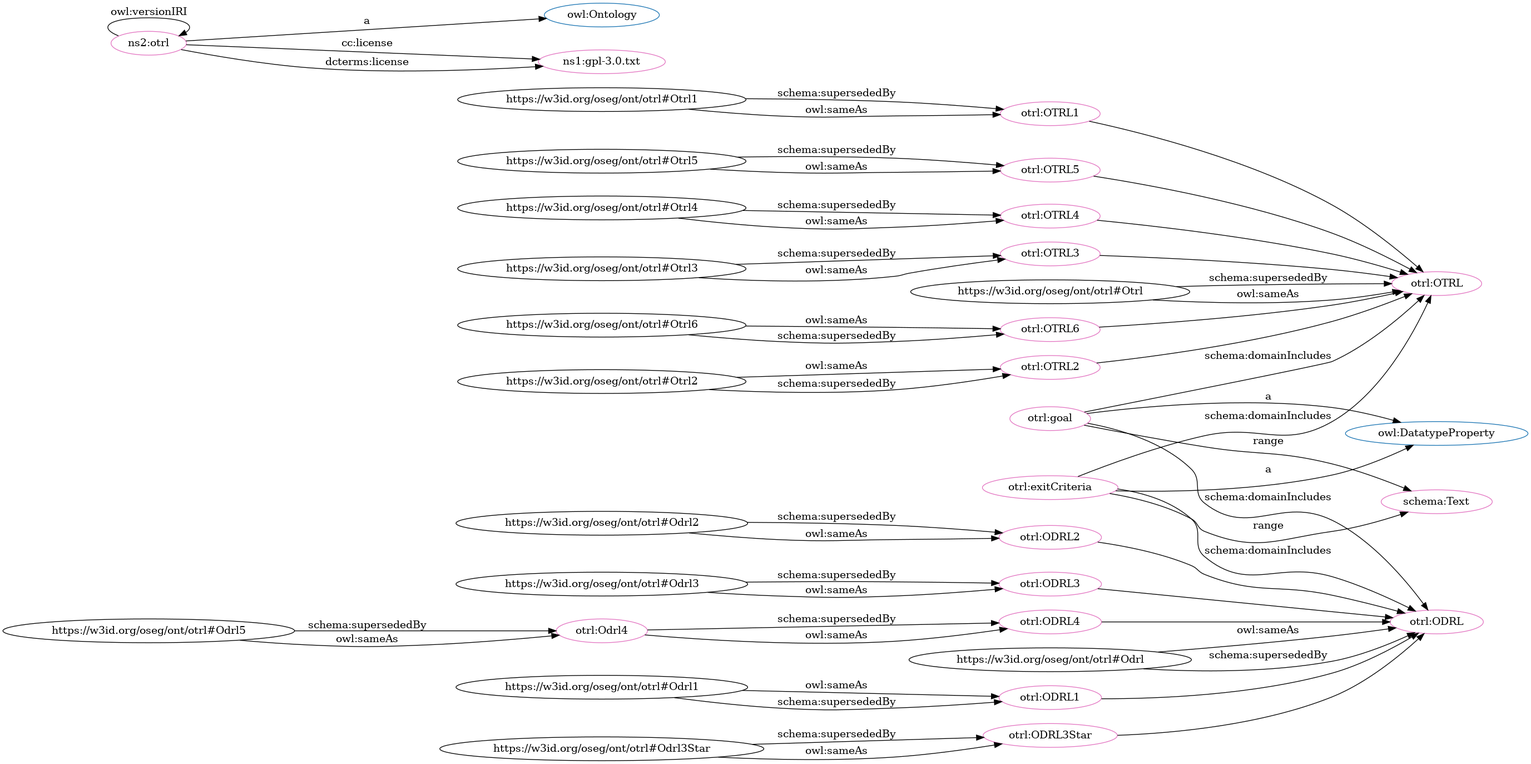
Earlier version of the Graphviz export dot_OTRL.png (OPEN-NEXT/OKH-LOSH). Its source is kept beside it as dot_OTRL.dot.
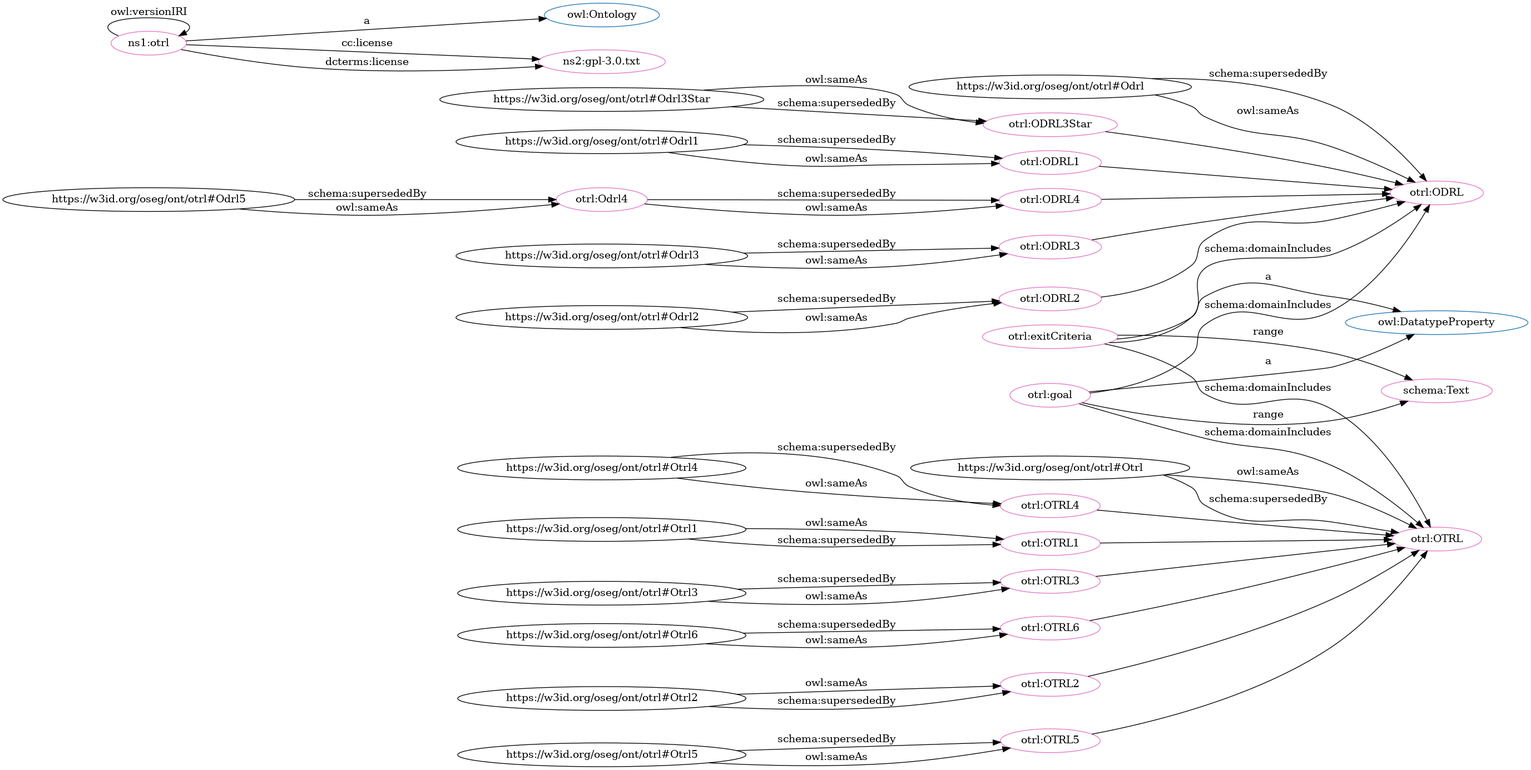
Above is the later version.

The edit, as a diff of the source:
```diff
@@ -1,89 +1,89 @@
 digraph G {
   rankdir=BT
   node[height=.3]
+"https://w3id.org/oseg/ont/otrl#ODRL3Star" [fillcolor="#1f77b4" color="#1f77b4" label="otrl:ODRL3Star"]
+"https://w3id.org/oseg/ont/otrl#ODRL1" [fillcolor="#1f77b4" color="#1f77b4" label="otrl:ODRL1"]
+"https://w3id.org/oseg/ont/otrl#OTRL2" [fillcolor="#1f77b4" color="#1f77b4" label="otrl:OTRL2"]
+"http://www.w3.org/2002/07/owl#Ontology" [fillcolor="#1f77b4" color="#1f77b4" label="owl:Ontology"]
 "https://w3id.org/oseg/ont/otrl#OTRL4" [fillcolor="#1f77b4" color="#1f77b4" label="otrl:OTRL4"]
+"https://w3id.org/oseg/ont/otrl#ODRL4" [fillcolor="#1f77b4" color="#1f77b4" label="otrl:ODRL4"]
+"https://w3id.org/oseg/ont/otrl#OTRL1" [fillcolor="#1f77b4" color="#1f77b4" label="otrl:OTRL1"]
+"https://w3id.org/oseg/ont/otrl#OTRL3" [fillcolor="#1f77b4" color="#1f77b4" label="otrl:OTRL3"]
+"https://w3id.org/oseg/ont/otrl#ODRL3" [fillcolor="#1f77b4" color="#1f77b4" label="otrl:ODRL3"]
+"https://w3id.org/oseg/ont/otrl#OTRL6" [fillcolor="#1f77b4" color="#1f77b4" label="otrl:OTRL6"]
 "https://w3id.org/oseg/ont/otrl#ODRL2" [fillcolor="#1f77b4" color="#1f77b4" label="otrl:ODRL2"]
+"https://w3id.org/oseg/ont/otrl#OTRL5" [fillcolor="#1f77b4" color="#1f77b4" label="otrl:OTRL5"]
+"https://w3id.org/oseg/ont/otrl#ODRL" [fillcolor="#1f77b4" color="#1f77b4" label="otrl:ODRL"]
 "https://w3id.org/oseg/ont/otrl#OTRL" [fillcolor="#1f77b4" color="#1f77b4" label="otrl:OTRL"]
-"https://w3id.org/oseg/ont/otrl#ODRL3" [fillcolor="#1f77b4" color="#1f77b4" label="otrl:ODRL3"]
 "http://www.w3.org/2002/07/owl#DatatypeProperty" [fillcolor="#1f77b4" color="#1f77b4" label="owl:DatatypeProperty"]
-"https://w3id.org/oseg/ont/otrl#OTRL3" [fillcolor="#1f77b4" color="#1f77b4" label="otrl:OTRL3"]
-"https://w3id.org/oseg/ont/otrl#ODRL4" [fillcolor="#1f77b4" color="#1f77b4" label="otrl:ODRL4"]
-"https://w3id.org/oseg/ont/otrl#OTRL6" [fillcolor="#1f77b4" color="#1f77b4" label="otrl:OTRL6"]
-"https://w3id.org/oseg/ont/otrl#OTRL2" [fillcolor="#1f77b4" color="#1f77b4" label="otrl:OTRL2"]
-"https://w3id.org/oseg/ont/otrl#ODRL" [fillcolor="#1f77b4" color="#1f77b4" label="otrl:ODRL"]
-"https://w3id.org/oseg/ont/otrl#ODRL1" [fillcolor="#1f77b4" color="#1f77b4" label="otrl:ODRL1"]
-"http://www.w3.org/2002/07/owl#Ontology" [fillcolor="#1f77b4" color="#1f77b4" label="owl:Ontology"]
-"https://w3id.org/oseg/ont/otrl#OTRL1" [fillcolor="#1f77b4" color="#1f77b4" label="otrl:OTRL1"]
-"https://w3id.org/oseg/ont/otrl#ODRL3Star" [fillcolor="#1f77b4" color="#1f77b4" label="otrl:ODRL3Star"]
-"https://w3id.org/oseg/ont/otrl#OTRL5" [fillcolor="#1f77b4" color="#1f77b4" label="otrl:OTRL5"]
+"https://w3id.org/oseg/ont/otrl" [fillcolor="#e377c2" color="#e377c2" label="ns1:otrl"]
+"https://w3id.org/oseg/ont/otrl#ODRL2" [fillcolor="#e377c2" color="#e377c2" label="otrl:ODRL2"]
 "https://w3id.org/oseg/ont/otrl#OTRL" [fillcolor="#e377c2" color="#e377c2" label="otrl:OTRL"]
-"https://www.gnu.org/licenses/gpl-3.0.txt" [fillcolor="#e377c2" color="#e377c2" label="ns1:gpl-3.0.txt"]
 "https://w3id.org/oseg/ont/otrl#ODRL" [fillcolor="#e377c2" color="#e377c2" label="otrl:ODRL"]
+"https://w3id.org/oseg/ont/otrl#exitCriteria" [fillcolor="#e377c2" color="#e377c2" label="otrl:exitCriteria"]
+"https://w3id.org/oseg/ont/otrl#ODRL3" [fillcolor="#e377c2" color="#e377c2" label="otrl:ODRL3"]
+"http://schema.org/Text" [fillcolor="#e377c2" color="#e377c2" label="schema:Text"]
+"https://w3id.org/oseg/ont/otrl#OTRL5" [fillcolor="#e377c2" color="#e377c2" label="otrl:OTRL5"]
+"https://w3id.org/oseg/ont/otrl#OTRL1" [fillcolor="#e377c2" color="#e377c2" label="otrl:OTRL1"]
+"https://w3id.org/oseg/ont/otrl#OTRL3" [fillcolor="#e377c2" color="#e377c2" label="otrl:OTRL3"]
+"https://w3id.org/oseg/ont/otrl#OTRL4" [fillcolor="#e377c2" color="#e377c2" label="otrl:OTRL4"]
+"https://w3id.org/oseg/ont/otrl#OTRL6" [fillcolor="#e377c2" color="#e377c2" label="otrl:OTRL6"]
+"https://w3id.org/oseg/ont/otrl#goal" [fillcolor="#e377c2" color="#e377c2" label="otrl:goal"]
 "https://w3id.org/oseg/ont/otrl#ODRL1" [fillcolor="#e377c2" color="#e377c2" label="otrl:ODRL1"]
-"https://w3id.org/oseg/ont/otrl#OTRL1" [fillcolor="#e377c2" color="#e377c2" label="otrl:OTRL1"]
-"https://w3id.org/oseg/ont/otrl#ODRL2" [fillcolor="#e377c2" color="#e377c2" label="otrl:ODRL2"]
-"https://w3id.org/oseg/ont/otrl#OTRL4" [fillcolor="#e377c2" color="#e377c2" label="otrl:OTRL4"]
-"https://w3id.org/oseg/ont/otrl#goal" [fillcolor="#e377c2" color="#e377c2" label="otrl:goal"]
-"https://w3id.org/oseg/ont/otrl#OTRL3" [fillcolor="#e377c2" color="#e377c2" label="otrl:OTRL3"]
+"https://w3id.org/oseg/ont/otrl#OTRL2" [fillcolor="#e377c2" color="#e377c2" label="otrl:OTRL2"]
+"https://w3id.org/oseg/ont/otrl#ODRL4" [fillcolor="#e377c2" color="#e377c2" label="otrl:ODRL4"]
+"https://w3id.org/oseg/ont/otrl#ODRL3Star" [fillcolor="#e377c2" color="#e377c2" label="otrl:ODRL3Star"]
 "https://w3id.org/oseg/ont/otrl#Odrl4" [fillcolor="#e377c2" color="#e377c2" label="otrl:Odrl4"]
-"https://w3id.org/oseg/ont/otrl#OTRL2" [fillcolor="#e377c2" color="#e377c2" label="otrl:OTRL2"]
-"https://w3id.org/oseg/ont/otrl#ODRL3" [fillcolor="#e377c2" color="#e377c2" label="otrl:ODRL3"]
-"https://w3id.org/oseg/ont/otrl#ODRL3Star" [fillcolor="#e377c2" color="#e377c2" label="otrl:ODRL3Star"]
-"https://w3id.org/oseg/ont/otrl" [fillcolor="#e377c2" color="#e377c2" label="ns2:otrl"]
-"https://w3id.org/oseg/ont/otrl#ODRL4" [fillcolor="#e377c2" color="#e377c2" label="otrl:ODRL4"]
-"https://w3id.org/oseg/ont/otrl#OTRL6" [fillcolor="#e377c2" color="#e377c2" label="otrl:OTRL6"]
-"https://w3id.org/oseg/ont/otrl#OTRL5" [fillcolor="#e377c2" color="#e377c2" label="otrl:OTRL5"]
-"http://schema.org/Text" [fillcolor="#e377c2" color="#e377c2" label="schema:Text"]
-"https://w3id.org/oseg/ont/otrl#exitCriteria" [fillcolor="#e377c2" color="#e377c2" label="otrl:exitCriteria"]
+"https://www.gnu.org/licenses/gpl-3.0.txt" [fillcolor="#e377c2" color="#e377c2" label="ns2:gpl-3.0.txt"]
+  "https://w3id.org/oseg/ont/otrl" -> "http://www.w3.org/2002/07/owl#Ontology" [label="a"]
+  "https://w3id.org/oseg/ont/otrl#Odrl2" -> "https://w3id.org/oseg/ont/otrl#ODRL2" [label="schema:supersededBy"]
+  "https://w3id.org/oseg/ont/otrl#OTRL6" -> "https://w3id.org/oseg/ont/otrl#OTRL" [label=""]
+  "https://w3id.org/oseg/ont/otrl#Odrl" -> "https://w3id.org/oseg/ont/otrl#ODRL" [label="owl:sameAs"]
+  "https://w3id.org/oseg/ont/otrl#OTRL1" -> "https://w3id.org/oseg/ont/otrl#OTRL" [label=""]
   "https://w3id.org/oseg/ont/otrl#Otrl" -> "https://w3id.org/oseg/ont/otrl#OTRL" [label="schema:supersededBy"]
+  "https://w3id.org/oseg/ont/otrl#exitCriteria" -> "http://www.w3.org/2002/07/owl#DatatypeProperty" [label="a"]
+  "https://w3id.org/oseg/ont/otrl#OTRL5" -> "https://w3id.org/oseg/ont/otrl#OTRL" [label=""]
+  "https://w3id.org/oseg/ont/otrl#Odrl3" -> "https://w3id.org/oseg/ont/otrl#ODRL3" [label="schema:supersededBy"]
+  "https://w3id.org/oseg/ont/otrl#goal" -> "http://schema.org/Text" [label="range"]
+  "https://w3id.org/oseg/ont/otrl#Otrl5" -> "https://w3id.org/oseg/ont/otrl#OTRL5" [label="schema:supersededBy"]
+  "https://w3id.org/oseg/ont/otrl#OTRL4" -> "https://w3id.org/oseg/ont/otrl#OTRL" [label=""]
+  "https://w3id.org/oseg/ont/otrl#exitCriteria" -> "https://w3id.org/oseg/ont/otrl#OTRL" [label="schema:domainIncludes"]
+  "https://w3id.org/oseg/ont/otrl#Otrl1" -> "https://w3id.org/oseg/ont/otrl#OTRL1" [label="owl:sameAs"]
+  "https://w3id.org/oseg/ont/otrl#Odrl2" -> "https://w3id.org/oseg/ont/otrl#ODRL2" [label="owl:sameAs"]
+  "https://w3id.org/oseg/ont/otrl#ODRL3" -> "https://w3id.org/oseg/ont/otrl#ODRL" [label=""]
+  "https://w3id.org/oseg/ont/otrl#Otrl1" -> "https://w3id.org/oseg/ont/otrl#OTRL1" [label="schema:supersededBy"]
+  "https://w3id.org/oseg/ont/otrl#ODRL1" -> "https://w3id.org/oseg/ont/otrl#ODRL" [label=""]
+  "https://w3id.org/oseg/ont/otrl#Otrl3" -> "https://w3id.org/oseg/ont/otrl#OTRL3" [label="schema:supersededBy"]
+  "https://w3id.org/oseg/ont/otrl#Otrl4" -> "https://w3id.org/oseg/ont/otrl#OTRL4" [label="schema:supersededBy"]
+  "https://w3id.org/oseg/ont/otrl#Otrl6" -> "https://w3id.org/oseg/ont/otrl#OTRL6" [label="schema:supersededBy"]
+  "https://w3id.org/oseg/ont/otrl#ODRL4" -> "https://w3id.org/oseg/ont/otrl#ODRL" [label=""]
+  "https://w3id.org/oseg/ont/otrl#ODRL2" -> "https://w3id.org/oseg/ont/otrl#ODRL" [label=""]
+  "https://w3id.org/oseg/ont/otrl#goal" -> "http://www.w3.org/2002/07/owl#DatatypeProperty" [label="a"]
+  "https://w3id.org/oseg/ont/otrl#Otrl5" -> "https://w3id.org/oseg/ont/otrl#OTRL5" [label="owl:sameAs"]
+  "https://w3id.org/oseg/ont/otrl#goal" -> "https://w3id.org/oseg/ont/otrl#OTRL" [label="schema:domainIncludes"]
+  "https://w3id.org/oseg/ont/otrl#Odrl1" -> "https://w3id.org/oseg/ont/otrl#ODRL1" [label="schema:supersededBy"]
+  "https://w3id.org/oseg/ont/otrl#Otrl2" -> "https://w3id.org/oseg/ont/otrl#OTRL2" [label="owl:sameAs"]
+  "https://w3id.org/oseg/ont/otrl#Otrl2" -> "https://w3id.org/oseg/ont/otrl#OTRL2" [label="schema:supersededBy"]
+  "https://w3id.org/oseg/ont/otrl#Odrl4" -> "https://w3id.org/oseg/ont/otrl#ODRL4" [label="schema:supersededBy"]
+  "https://w3id.org/oseg/ont/otrl#Otrl4" -> "https://w3id.org/oseg/ont/otrl#OTRL4" [label="owl:sameAs"]
+  "https://w3id.org/oseg/ont/otrl#Odrl1" -> "https://w3id.org/oseg/ont/otrl#ODRL1" [label="owl:sameAs"]
+  "https://w3id.org/oseg/ont/otrl#Odrl3Star" -> "https://w3id.org/oseg/ont/otrl#ODRL3Star" [label="owl:sameAs"]
+  "https://w3id.org/oseg/ont/otrl#Odrl5" -> "https://w3id.org/oseg/ont/otrl#Odrl4" [label="schema:supersededBy"]
+  "https://w3id.org/oseg/ont/otrl#Otrl6" -> "https://w3id.org/oseg/ont/otrl#OTRL6" [label="owl:sameAs"]
+  "https://w3id.org/oseg/ont/otrl#Odrl3" -> "https://w3id.org/oseg/ont/otrl#ODRL3" [label="owl:sameAs"]
+  "https://w3id.org/oseg/ont/otrl#Odrl3Star" -> "https://w3id.org/oseg/ont/otrl#ODRL3Star" [label="schema:supersededBy"]
+  "https://w3id.org/oseg/ont/otrl#OTRL2" -> "https://w3id.org/oseg/ont/otrl#OTRL" [label=""]
+  "https://w3id.org/oseg/ont/otrl#exitCriteria" -> "https://w3id.org/oseg/ont/otrl#ODRL" [label="schema:domainIncludes"]
+  "https://w3id.org/oseg/ont/otrl#exitCriteria" -> "http://schema.org/Text" [label="range"]
+  "https://w3id.org/oseg/ont/otrl" -> "https://www.gnu.org/licenses/gpl-3.0.txt" [label="cc:license"]
+  "https://w3id.org/oseg/ont/otrl#Odrl" -> "https://w3id.org/oseg/ont/otrl#ODRL" [label="schema:supersededBy"]
   "https://w3id.org/oseg/ont/otrl#OTRL3" -> "https://w3id.org/oseg/ont/otrl#OTRL" [label=""]
-  "https://w3id.org/oseg/ont/otrl" -> "https://www.gnu.org/licenses/gpl-3.0.txt" [label="cc:license"]
-  "https://w3id.org/oseg/ont/otrl#ODRL3" -> "https://w3id.org/oseg/ont/otrl#ODRL" [label=""]
-  "https://w3id.org/oseg/ont/otrl#Odrl" -> "https://w3id.org/oseg/ont/otrl#ODRL" [label="owl:sameAs"]
-  "https://w3id.org/oseg/ont/otrl#Odrl1" -> "https://w3id.org/oseg/ont/otrl#ODRL1" [label="owl:sameAs"]
-  "https://w3id.org/oseg/ont/otrl#Otrl1" -> "https://w3id.org/oseg/ont/otrl#OTRL1" [label="schema:supersededBy"]
-  "https://w3id.org/oseg/ont/otrl#exitCriteria" -> "https://w3id.org/oseg/ont/otrl#ODRL" [label="schema:domainIncludes"]
-  "https://w3id.org/oseg/ont/otrl#Odrl2" -> "https://w3id.org/oseg/ont/otrl#ODRL2" [label="schema:supersededBy"]
-  "https://w3id.org/oseg/ont/otrl#goal" -> "https://w3id.org/oseg/ont/otrl#OTRL" [label="schema:domainIncludes"]
-  "https://w3id.org/oseg/ont/otrl#Otrl4" -> "https://w3id.org/oseg/ont/otrl#OTRL4" [label="schema:supersededBy"]
   "https://w3id.org/oseg/ont/otrl" -> "https://www.gnu.org/licenses/gpl-3.0.txt" [label="dcterms:license"]
-  "https://w3id.org/oseg/ont/otrl#goal" -> "http://www.w3.org/2002/07/owl#DatatypeProperty" [label="a"]
+  "https://w3id.org/oseg/ont/otrl#goal" -> "https://w3id.org/oseg/ont/otrl#ODRL" [label="schema:domainIncludes"]
+  "https://w3id.org/oseg/ont/otrl#ODRL3Star" -> "https://w3id.org/oseg/ont/otrl#ODRL" [label=""]
+  "https://w3id.org/oseg/ont/otrl#Odrl4" -> "https://w3id.org/oseg/ont/otrl#ODRL4" [label="owl:sameAs"]
+  "https://w3id.org/oseg/ont/otrl#Otrl3" -> "https://w3id.org/oseg/ont/otrl#OTRL3" [label="owl:sameAs"]
+  "https://w3id.org/oseg/ont/otrl#Odrl5" -> "https://w3id.org/oseg/ont/otrl#Odrl4" [label="owl:sameAs"]
   "https://w3id.org/oseg/ont/otrl#Otrl" -> "https://w3id.org/oseg/ont/otrl#OTRL" [label="owl:sameAs"]
-  "https://w3id.org/oseg/ont/otrl#Otrl1" -> "https://w3id.org/oseg/ont/otrl#OTRL1" [label="owl:sameAs"]
-  "https://w3id.org/oseg/ont/otrl#Otrl3" -> "https://w3id.org/oseg/ont/otrl#OTRL3" [label="schema:supersededBy"]
-  "https://w3id.org/oseg/ont/otrl#ODRL4" -> "https://w3id.org/oseg/ont/otrl#ODRL" [label=""]
-  "https://w3id.org/oseg/ont/otrl#Odrl2" -> "https://w3id.org/oseg/ont/otrl#ODRL2" [label="owl:sameAs"]
-  "https://w3id.org/oseg/ont/otrl#OTRL1" -> "https://w3id.org/oseg/ont/otrl#OTRL" [label=""]
-  "https://w3id.org/oseg/ont/otrl#ODRL3Star" -> "https://w3id.org/oseg/ont/otrl#ODRL" [label=""]
-  "https://w3id.org/oseg/ont/otrl#Odrl5" -> "https://w3id.org/oseg/ont/otrl#Odrl4" [label="schema:supersededBy"]
-  "https://w3id.org/oseg/ont/otrl#OTRL5" -> "https://w3id.org/oseg/ont/otrl#OTRL" [label=""]
-  "https://w3id.org/oseg/ont/otrl#Otrl2" -> "https://w3id.org/oseg/ont/otrl#OTRL2" [label="owl:sameAs"]
-  "https://w3id.org/oseg/ont/otrl#Odrl3" -> "https://w3id.org/oseg/ont/otrl#ODRL3" [label="schema:supersededBy"]
-  "https://w3id.org/oseg/ont/otrl#OTRL6" -> "https://w3id.org/oseg/ont/otrl#OTRL" [label=""]
-  "https://w3id.org/oseg/ont/otrl#Odrl3Star" -> "https://w3id.org/oseg/ont/otrl#ODRL3Star" [label="schema:supersededBy"]
-  "https://w3id.org/oseg/ont/otrl#ODRL1" -> "https://w3id.org/oseg/ont/otrl#ODRL" [label=""]
   "https://w3id.org/oseg/ont/otrl" -> "https://w3id.org/oseg/ont/otrl" [label="owl:versionIRI"]
-  "https://w3id.org/oseg/ont/otrl#Odrl4" -> "https://w3id.org/oseg/ont/otrl#ODRL4" [label="schema:supersededBy"]
-  "https://w3id.org/oseg/ont/otrl#OTRL2" -> "https://w3id.org/oseg/ont/otrl#OTRL" [label=""]
-  "https://w3id.org/oseg/ont/otrl#goal" -> "https://w3id.org/oseg/ont/otrl#ODRL" [label="schema:domainIncludes"]
-  "https://w3id.org/oseg/ont/otrl#Otrl6" -> "https://w3id.org/oseg/ont/otrl#OTRL6" [label="owl:sameAs"]
-  "https://w3id.org/oseg/ont/otrl#Odrl" -> "https://w3id.org/oseg/ont/otrl#ODRL" [label="schema:supersededBy"]
-  "https://w3id.org/oseg/ont/otrl#Odrl1" -> "https://w3id.org/oseg/ont/otrl#ODRL1" [label="schema:supersededBy"]
-  "https://w3id.org/oseg/ont/otrl#Otrl4" -> "https://w3id.org/oseg/ont/otrl#OTRL4" [label="owl:sameAs"]
-  "https://w3id.org/oseg/ont/otrl" -> "http://www.w3.org/2002/07/owl#Ontology" [label="a"]
-  "https://w3id.org/oseg/ont/otrl#Otrl3" -> "https://w3id.org/oseg/ont/otrl#OTRL3" [label="owl:sameAs"]
-  "https://w3id.org/oseg/ont/otrl#ODRL2" -> "https://w3id.org/oseg/ont/otrl#ODRL" [label=""]
-  "https://w3id.org/oseg/ont/otrl#Otrl5" -> "https://w3id.org/oseg/ont/otrl#OTRL5" [label="schema:supersededBy"]
-  "https://w3id.org/oseg/ont/otrl#exitCriteria" -> "https://w3id.org/oseg/ont/otrl#OTRL" [label="schema:domainIncludes"]
-  "https://w3id.org/oseg/ont/otrl#Odrl5" -> "https://w3id.org/oseg/ont/otrl#Odrl4" [label="owl:sameAs"]
-  "https://w3id.org/oseg/ont/otrl#Otrl5" -> "https://w3id.org/oseg/ont/otrl#OTRL5" [label="owl:sameAs"]
-  "https://w3id.org/oseg/ont/otrl#Odrl3" -> "https://w3id.org/oseg/ont/otrl#ODRL3" [label="owl:sameAs"]
-  "https://w3id.org/oseg/ont/otrl#goal" -> "http://schema.org/Text" [label="range"]
-  "https://w3id.org/oseg/ont/otrl#Odrl3Star" -> "https://w3id.org/oseg/ont/otrl#ODRL3Star" [label="owl:sameAs"]
-  "https://w3id.org/oseg/ont/otrl#OTRL4" -> "https://w3id.org/oseg/ont/otrl#OTRL" [label=""]
-  "https://w3id.org/oseg/ont/otrl#exitCriteria" -> "http://schema.org/Text" [label="range"]
-  "https://w3id.org/oseg/ont/otrl#Otrl6" -> "https://w3id.org/oseg/ont/otrl#OTRL6" [label="schema:supersededBy"]
-  "https://w3id.org/oseg/ont/otrl#Odrl4" -> "https://w3id.org/oseg/ont/otrl#ODRL4" [label="owl:sameAs"]
-  "https://w3id.org/oseg/ont/otrl#Otrl2" -> "https://w3id.org/oseg/ont/otrl#OTRL2" [label="schema:supersededBy"]
-  "https://w3id.org/oseg/ont/otrl#exitCriteria" -> "http://www.w3.org/2002/07/owl#DatatypeProperty" [label="a"]
 }
```
